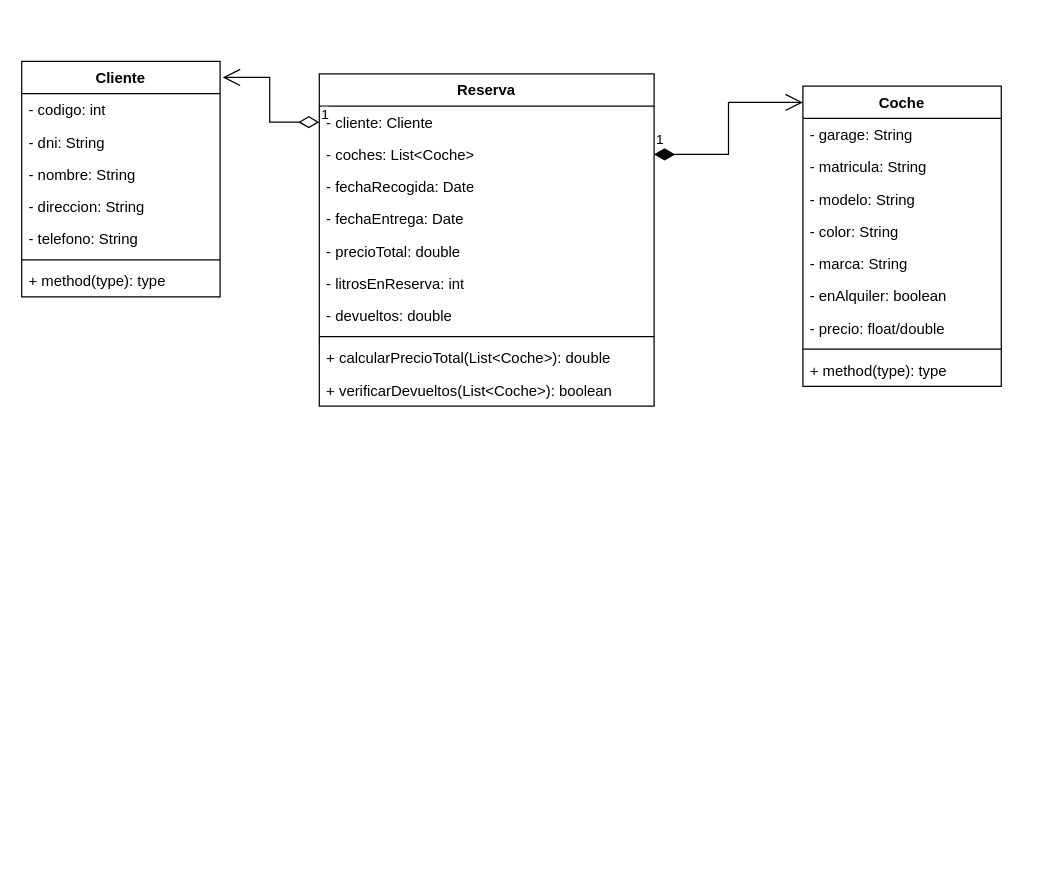
The draw.io diagram Unidad 4/alquilerDeCoches/AlquilerCochesDiagrama.drawio in JonayKB/ETS, before the edit. Source tidied: cells renumbered, new cells numbered last; positions are measured from the earlier drawing's top-left corner, leaving out a move shared by most shapes. Both pictures are drawn from the tidied source at 124%, with x=0, y=0 at pixel (21, 61).
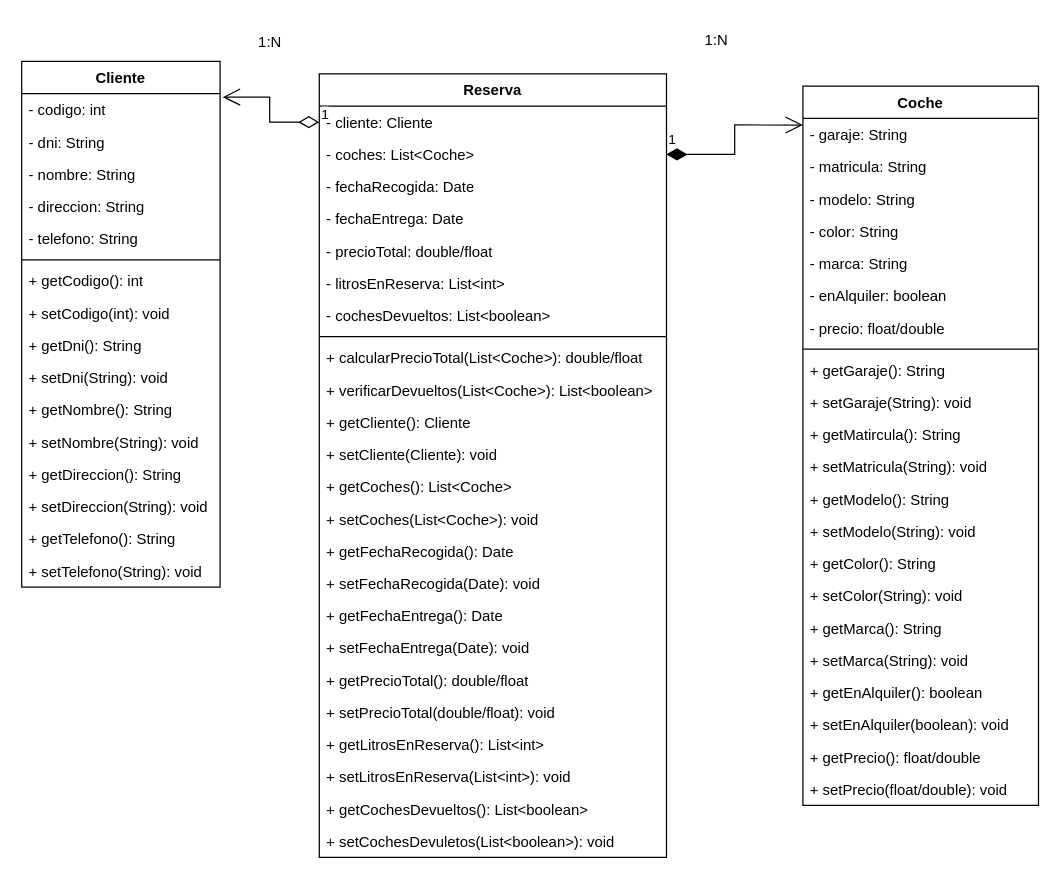
The same page after the edit.

Change to the diagram source:
```diff
@@
     <mxCell id="2" value="Cliente" style="swimlane;fontStyle=1;align=center;verticalAlign=top;horizontal=1;startSize=26;whiteSpace=wrap;html=1;" parent="1" vertex="1">
-      <mxGeometry width="160" height="190" as="geometry" />
+      <mxGeometry width="160" height="424" as="geometry" />
     </mxCell>
@@
-    <mxCell id="9" value="+ method(type): type" style="text;strokeColor=none;fillColor=none;align=left;verticalAlign=top;spacingLeft=4;spacingRight=4;overflow=hidden;whiteSpace=wrap;html=1;" parent="2" vertex="1">
+    <mxCell id="9" value="+ getCodigo(): int" style="text;strokeColor=none;fillColor=none;align=left;verticalAlign=top;spacingLeft=4;spacingRight=4;overflow=hidden;whiteSpace=wrap;html=1;" parent="2" vertex="1">
       <mxGeometry y="164" width="160" height="26" as="geometry" />
     </mxCell>
+    <mxCell id="33" value="+ setCodigo(int): void" style="text;strokeColor=none;fillColor=none;align=left;verticalAlign=top;spacingLeft=4;spacingRight=4;overflow=hidden;whiteSpace=wrap;html=1;" parent="2" vertex="1">
+      <mxGeometry y="190" width="160" height="26" as="geometry" />
+    </mxCell>
+    <mxCell id="34" value="+ getDni(): String" style="text;strokeColor=none;fillColor=none;align=left;verticalAlign=top;spacingLeft=4;spacingRight=4;overflow=hidden;whiteSpace=wrap;html=1;" parent="2" vertex="1">
+      <mxGeometry y="216" width="160" height="26" as="geometry" />
+    </mxCell>
+    <mxCell id="35" value="+ setDni(String): void" style="text;strokeColor=none;fillColor=none;align=left;verticalAlign=top;spacingLeft=4;spacingRight=4;overflow=hidden;whiteSpace=wrap;html=1;" parent="2" vertex="1">
+      <mxGeometry y="242" width="160" height="26" as="geometry" />
+    </mxCell>
+    <mxCell id="36" value="+ getNombre(): String" style="text;strokeColor=none;fillColor=none;align=left;verticalAlign=top;spacingLeft=4;spacingRight=4;overflow=hidden;whiteSpace=wrap;html=1;" parent="2" vertex="1">
+      <mxGeometry y="268" width="160" height="26" as="geometry" />
+    </mxCell>
+    <mxCell id="37" value="+ setNombre(String): void" style="text;strokeColor=none;fillColor=none;align=left;verticalAlign=top;spacingLeft=4;spacingRight=4;overflow=hidden;whiteSpace=wrap;html=1;" parent="2" vertex="1">
+      <mxGeometry y="294" width="160" height="26" as="geometry" />
+    </mxCell>
+    <mxCell id="38" value="+ getDireccion(): String" style="text;strokeColor=none;fillColor=none;align=left;verticalAlign=top;spacingLeft=4;spacingRight=4;overflow=hidden;whiteSpace=wrap;html=1;" parent="2" vertex="1">
+      <mxGeometry y="320" width="160" height="26" as="geometry" />
+    </mxCell>
+    <mxCell id="39" value="+ setDireccion(String): void" style="text;strokeColor=none;fillColor=none;align=left;verticalAlign=top;spacingLeft=4;spacingRight=4;overflow=hidden;whiteSpace=wrap;html=1;" parent="2" vertex="1">
+      <mxGeometry y="346" width="160" height="26" as="geometry" />
+    </mxCell>
+    <mxCell id="40" value="+ getTelefono(): String" style="text;strokeColor=none;fillColor=none;align=left;verticalAlign=top;spacingLeft=4;spacingRight=4;overflow=hidden;whiteSpace=wrap;html=1;" parent="2" vertex="1">
+      <mxGeometry y="372" width="160" height="26" as="geometry" />
+    </mxCell>
+    <mxCell id="41" value="+ setTelefono(String): void" style="text;strokeColor=none;fillColor=none;align=left;verticalAlign=top;spacingLeft=4;spacingRight=4;overflow=hidden;whiteSpace=wrap;html=1;" parent="2" vertex="1">
+      <mxGeometry y="398" width="160" height="26" as="geometry" />
+    </mxCell>
     <mxCell id="10" value="Coche" style="swimlane;fontStyle=1;align=center;verticalAlign=top;horizontal=1;startSize=26;whiteSpace=wrap;html=1;" parent="1" vertex="1">
-      <mxGeometry x="630" y="20" width="160" height="242" as="geometry" />
+      <mxGeometry x="630" y="20" width="190" height="580" as="geometry" />
     </mxCell>
-    <mxCell id="11" value="- garage: String" style="text;strokeColor=none;fillColor=none;align=left;verticalAlign=top;spacingLeft=4;spacingRight=4;overflow=hidden;whiteSpace=wrap;html=1;" parent="10" vertex="1">
-      <mxGeometry y="26" width="160" height="26" as="geometry" />
+    <mxCell id="11" value="- garaje: String" style="text;strokeColor=none;fillColor=none;align=left;verticalAlign=top;spacingLeft=4;spacingRight=4;overflow=hidden;whiteSpace=wrap;html=1;" parent="10" vertex="1">
+      <mxGeometry y="26" width="190" height="26" as="geometry" />
     </mxCell>
     <mxCell id="12" value="- matricula: String" style="text;strokeColor=none;fillColor=none;align=left;verticalAlign=top;spacingLeft=4;spacingRight=4;overflow=hidden;whiteSpace=wrap;html=1;" parent="10" vertex="1">
-      <mxGeometry y="52" width="160" height="26" as="geometry" />
+      <mxGeometry y="52" width="190" height="26" as="geometry" />
     </mxCell>
     <mxCell id="13" value="- modelo: String" style="text;strokeColor=none;fillColor=none;align=left;verticalAlign=top;spacingLeft=4;spacingRight=4;overflow=hidden;whiteSpace=wrap;html=1;" parent="10" vertex="1">
-      <mxGeometry y="78" width="160" height="26" as="geometry" />
+      <mxGeometry y="78" width="190" height="26" as="geometry" />
     </mxCell>
     <mxCell id="14" value="- color: String" style="text;strokeColor=none;fillColor=none;align=left;verticalAlign=top;spacingLeft=4;spacingRight=4;overflow=hidden;whiteSpace=wrap;html=1;" parent="10" vertex="1">
-      <mxGeometry y="104" width="160" height="26" as="geometry" />
+      <mxGeometry y="104" width="190" height="26" as="geometry" />
     </mxCell>
     <mxCell id="15" value="- marca: String" style="text;strokeColor=none;fillColor=none;align=left;verticalAlign=top;spacingLeft=4;spacingRight=4;overflow=hidden;whiteSpace=wrap;html=1;" parent="10" vertex="1">
-      <mxGeometry y="130" width="160" height="26" as="geometry" />
+      <mxGeometry y="130" width="190" height="26" as="geometry" />
     </mxCell>
     <mxCell id="16" value="- enAlquiler: boolean" style="text;strokeColor=none;fillColor=none;align=left;verticalAlign=top;spacingLeft=4;spacingRight=4;overflow=hidden;whiteSpace=wrap;html=1;" parent="10" vertex="1">
-      <mxGeometry y="156" width="160" height="26" as="geometry" />
+      <mxGeometry y="156" width="190" height="26" as="geometry" />
     </mxCell>
     <mxCell id="17" value="- precio: float/double" style="text;strokeColor=none;fillColor=none;align=left;verticalAlign=top;spacingLeft=4;spacingRight=4;overflow=hidden;whiteSpace=wrap;html=1;" parent="10" vertex="1">
-      <mxGeometry y="182" width="160" height="26" as="geometry" />
+      <mxGeometry y="182" width="190" height="26" as="geometry" />
     </mxCell>
     <mxCell id="18" style="line;strokeWidth=1;fillColor=none;align=left;verticalAlign=middle;spacingTop=-1;spacingLeft=3;spacingRight=3;labelPosition=right;strokeColor=inherit;" parent="10" vertex="1">
-      <mxGeometry y="208" width="160" height="8" as="geometry" />
+      <mxGeometry y="208" width="190" height="8" as="geometry" />
     </mxCell>
-    <mxCell id="19" value="+ method(type): type" style="text;strokeColor=none;fillColor=none;align=left;verticalAlign=top;spacingLeft=4;spacingRight=4;overflow=hidden;whiteSpace=wrap;html=1;" parent="10" vertex="1">
-      <mxGeometry y="216" width="160" height="26" as="geometry" />
-    </mxCell>
+    <mxCell id="42" value="+ getGaraje(): String" style="text;strokeColor=none;fillColor=none;align=left;verticalAlign=top;spacingLeft=4;spacingRight=4;overflow=hidden;whiteSpace=wrap;html=1;" parent="10" vertex="1">
+      <mxGeometry y="216" width="190" height="26" as="geometry" />
+    </mxCell>
+    <mxCell id="43" value="+ setGaraje(String): void" style="text;strokeColor=none;fillColor=none;align=left;verticalAlign=top;spacingLeft=4;spacingRight=4;overflow=hidden;whiteSpace=wrap;html=1;" parent="10" vertex="1">
+      <mxGeometry y="242" width="190" height="26" as="geometry" />
+    </mxCell>
+    <mxCell id="44" value="+ getMatircula(): String" style="text;strokeColor=none;fillColor=none;align=left;verticalAlign=top;spacingLeft=4;spacingRight=4;overflow=hidden;whiteSpace=wrap;html=1;" parent="10" vertex="1">
+      <mxGeometry y="268" width="190" height="26" as="geometry" />
+    </mxCell>
+    <mxCell id="45" value="+ setMatricula(String): void" style="text;strokeColor=none;fillColor=none;align=left;verticalAlign=top;spacingLeft=4;spacingRight=4;overflow=hidden;whiteSpace=wrap;html=1;" parent="10" vertex="1">
+      <mxGeometry y="294" width="190" height="26" as="geometry" />
+    </mxCell>
+    <mxCell id="46" value="+ getModelo(): String" style="text;strokeColor=none;fillColor=none;align=left;verticalAlign=top;spacingLeft=4;spacingRight=4;overflow=hidden;whiteSpace=wrap;html=1;" parent="10" vertex="1">
+      <mxGeometry y="320" width="190" height="26" as="geometry" />
+    </mxCell>
+    <mxCell id="47" value="+ setModelo(String): void" style="text;strokeColor=none;fillColor=none;align=left;verticalAlign=top;spacingLeft=4;spacingRight=4;overflow=hidden;whiteSpace=wrap;html=1;" parent="10" vertex="1">
+      <mxGeometry y="346" width="190" height="26" as="geometry" />
+    </mxCell>
+    <mxCell id="48" value="+ getColor(): String" style="text;strokeColor=none;fillColor=none;align=left;verticalAlign=top;spacingLeft=4;spacingRight=4;overflow=hidden;whiteSpace=wrap;html=1;" parent="10" vertex="1">
+      <mxGeometry y="372" width="190" height="26" as="geometry" />
+    </mxCell>
+    <mxCell id="49" value="+ setColor(String): void" style="text;strokeColor=none;fillColor=none;align=left;verticalAlign=top;spacingLeft=4;spacingRight=4;overflow=hidden;whiteSpace=wrap;html=1;" parent="10" vertex="1">
+      <mxGeometry y="398" width="190" height="26" as="geometry" />
+    </mxCell>
+    <mxCell id="50" value="+ getMarca(): String" style="text;strokeColor=none;fillColor=none;align=left;verticalAlign=top;spacingLeft=4;spacingRight=4;overflow=hidden;whiteSpace=wrap;html=1;" parent="10" vertex="1">
+      <mxGeometry y="424" width="190" height="26" as="geometry" />
+    </mxCell>
+    <mxCell id="51" value="+ setMarca(String): void" style="text;strokeColor=none;fillColor=none;align=left;verticalAlign=top;spacingLeft=4;spacingRight=4;overflow=hidden;whiteSpace=wrap;html=1;" parent="10" vertex="1">
+      <mxGeometry y="450" width="190" height="26" as="geometry" />
+    </mxCell>
+    <mxCell id="52" value="+ getEnAlquiler(): boolean" style="text;strokeColor=none;fillColor=none;align=left;verticalAlign=top;spacingLeft=4;spacingRight=4;overflow=hidden;whiteSpace=wrap;html=1;" parent="10" vertex="1">
+      <mxGeometry y="476" width="190" height="26" as="geometry" />
+    </mxCell>
+    <mxCell id="53" value="+ setEnAlquiler(boolean): void" style="text;strokeColor=none;fillColor=none;align=left;verticalAlign=top;spacingLeft=4;spacingRight=4;overflow=hidden;whiteSpace=wrap;html=1;" parent="10" vertex="1">
+      <mxGeometry y="502" width="190" height="26" as="geometry" />
+    </mxCell>
+    <mxCell id="54" value="+ getPrecio(): float/double" style="text;strokeColor=none;fillColor=none;align=left;verticalAlign=top;spacingLeft=4;spacingRight=4;overflow=hidden;whiteSpace=wrap;html=1;" parent="10" vertex="1">
+      <mxGeometry y="528" width="190" height="26" as="geometry" />
+    </mxCell>
+    <mxCell id="55" value="+ setPrecio(float/double): void" style="text;strokeColor=none;fillColor=none;align=left;verticalAlign=top;spacingLeft=4;spacingRight=4;overflow=hidden;whiteSpace=wrap;html=1;" parent="10" vertex="1">
+      <mxGeometry y="554" width="190" height="26" as="geometry" />
+    </mxCell>
     <mxCell id="20" value="Reserva" style="swimlane;fontStyle=1;align=center;verticalAlign=top;horizontal=1;startSize=26;whiteSpace=wrap;html=1;" parent="1" vertex="1">
-      <mxGeometry x="240" y="10" width="270" height="268" as="geometry" />
+      <mxGeometry x="240" y="10" width="280" height="632" as="geometry" />
     </mxCell>
     <mxCell id="21" value="- cliente: Cliente" style="text;strokeColor=none;fillColor=none;align=left;verticalAlign=top;spacingLeft=4;spacingRight=4;overflow=hidden;points=[[0,0.5],[1,0.5]];portConstraint=eastwest;whiteSpace=wrap;html=1;" parent="20" vertex="1">
-      <mxGeometry y="26" width="270" height="26" as="geometry" />
+      <mxGeometry y="26" width="280" height="26" as="geometry" />
     </mxCell>
     <mxCell id="22" value="- coches: List&amp;lt;Coche&amp;gt;" style="text;strokeColor=none;fillColor=none;align=left;verticalAlign=top;spacingLeft=4;spacingRight=4;overflow=hidden;points=[[0,0.5],[1,0.5]];portConstraint=eastwest;whiteSpace=wrap;html=1;" parent="20" vertex="1">
-      <mxGeometry y="52" width="270" height="26" as="geometry" />
+      <mxGeometry y="52" width="280" height="26" as="geometry" />
     </mxCell>
     <mxCell id="23" value="- fechaRecogida: Date" style="text;strokeColor=none;fillColor=none;align=left;verticalAlign=top;spacingLeft=4;spacingRight=4;overflow=hidden;whiteSpace=wrap;html=1;" parent="20" vertex="1">
-      <mxGeometry y="78" width="270" height="26" as="geometry" />
+      <mxGeometry y="78" width="280" height="26" as="geometry" />
     </mxCell>
     <mxCell id="24" value="- fechaEntrega: Date" style="text;strokeColor=none;fillColor=none;align=left;verticalAlign=top;spacingLeft=4;spacingRight=4;overflow=hidden;whiteSpace=wrap;html=1;" parent="20" vertex="1">
-      <mxGeometry y="104" width="270" height="26" as="geometry" />
+      <mxGeometry y="104" width="280" height="26" as="geometry" />
     </mxCell>
-    <mxCell id="25" value="- precioTotal: double" style="text;strokeColor=none;fillColor=none;align=left;verticalAlign=top;spacingLeft=4;spacingRight=4;overflow=hidden;whiteSpace=wrap;html=1;" parent="20" vertex="1">
-      <mxGeometry y="130" width="270" height="26" as="geometry" />
+    <mxCell id="25" value="- precioTotal: double/float" style="text;strokeColor=none;fillColor=none;align=left;verticalAlign=top;spacingLeft=4;spacingRight=4;overflow=hidden;whiteSpace=wrap;html=1;" parent="20" vertex="1">
+      <mxGeometry y="130" width="280" height="26" as="geometry" />
     </mxCell>
-    <mxCell id="26" value="- litrosEnReserva: int" style="text;strokeColor=none;fillColor=none;align=left;verticalAlign=top;spacingLeft=4;spacingRight=4;overflow=hidden;whiteSpace=wrap;html=1;" parent="20" vertex="1">
-      <mxGeometry y="156" width="270" height="26" as="geometry" />
+    <mxCell id="26" value="- litrosEnReserva: List&amp;lt;int&amp;gt;" style="text;strokeColor=none;fillColor=none;align=left;verticalAlign=top;spacingLeft=4;spacingRight=4;overflow=hidden;whiteSpace=wrap;html=1;" parent="20" vertex="1">
+      <mxGeometry y="156" width="280" height="26" as="geometry" />
     </mxCell>
-    <mxCell id="27" value="- devueltos: double" style="text;strokeColor=none;fillColor=none;align=left;verticalAlign=top;spacingLeft=4;spacingRight=4;overflow=hidden;whiteSpace=wrap;html=1;" parent="20" vertex="1">
-      <mxGeometry y="182" width="270" height="26" as="geometry" />
+    <mxCell id="27" value="- cochesDevueltos: List&amp;lt;boolean&amp;gt;" style="text;strokeColor=none;fillColor=none;align=left;verticalAlign=top;spacingLeft=4;spacingRight=4;overflow=hidden;whiteSpace=wrap;html=1;" parent="20" vertex="1">
+      <mxGeometry y="182" width="280" height="26" as="geometry" />
     </mxCell>
     <mxCell id="28" style="line;strokeWidth=1;fillColor=none;align=left;verticalAlign=middle;spacingTop=-1;spacingLeft=3;spacingRight=3;labelPosition=right;strokeColor=inherit;" parent="20" vertex="1">
-      <mxGeometry y="208" width="270" height="8" as="geometry" />
+      <mxGeometry y="208" width="280" height="8" as="geometry" />
     </mxCell>
-    <mxCell id="29" value="+ calcularPrecioTotal(List&amp;lt;Coche&amp;gt;): double" style="text;strokeColor=none;fillColor=none;align=left;verticalAlign=top;spacingLeft=4;spacingRight=4;overflow=hidden;whiteSpace=wrap;html=1;" parent="20" vertex="1">
-      <mxGeometry y="216" width="270" height="26" as="geometry" />
+    <mxCell id="29" value="+ calcularPrecioTotal(List&amp;lt;Coche&amp;gt;): double/float" style="text;strokeColor=none;fillColor=none;align=left;verticalAlign=top;spacingLeft=4;spacingRight=4;overflow=hidden;whiteSpace=wrap;html=1;" parent="20" vertex="1">
+      <mxGeometry y="216" width="280" height="26" as="geometry" />
     </mxCell>
-    <mxCell id="30" value="+ verificarDevueltos(List&amp;lt;Coche&amp;gt;): boolean" style="text;strokeColor=none;fillColor=none;align=left;verticalAlign=top;spacingLeft=4;spacingRight=4;overflow=hidden;whiteSpace=wrap;html=1;" parent="20" vertex="1">
-      <mxGeometry y="242" width="270" height="26" as="geometry" />
+    <mxCell id="30" value="+ verificarDevueltos(List&amp;lt;Coche&amp;gt;): List&amp;lt;boolean&amp;gt;" style="text;strokeColor=none;fillColor=none;align=left;verticalAlign=top;spacingLeft=4;spacingRight=4;overflow=hidden;whiteSpace=wrap;html=1;" parent="20" vertex="1">
+      <mxGeometry y="242" width="280" height="26" as="geometry" />
     </mxCell>
+    <mxCell id="56" value="+ getCliente(): Cliente" style="text;strokeColor=none;fillColor=none;align=left;verticalAlign=top;spacingLeft=4;spacingRight=4;overflow=hidden;whiteSpace=wrap;html=1;" parent="20" vertex="1">
+      <mxGeometry y="268" width="280" height="26" as="geometry" />
+    </mxCell>
+    <mxCell id="57" value="+ setCliente(Cliente): void" style="text;strokeColor=none;fillColor=none;align=left;verticalAlign=top;spacingLeft=4;spacingRight=4;overflow=hidden;whiteSpace=wrap;html=1;" parent="20" vertex="1">
+      <mxGeometry y="294" width="280" height="26" as="geometry" />
+    </mxCell>
+    <mxCell id="58" value="+ getCoches(): List&amp;lt;Coche&amp;gt;" style="text;strokeColor=none;fillColor=none;align=left;verticalAlign=top;spacingLeft=4;spacingRight=4;overflow=hidden;whiteSpace=wrap;html=1;" parent="20" vertex="1">
+      <mxGeometry y="320" width="280" height="26" as="geometry" />
+    </mxCell>
+    <mxCell id="59" value="+ setCoches(List&amp;lt;Coche&amp;gt;): void" style="text;strokeColor=none;fillColor=none;align=left;verticalAlign=top;spacingLeft=4;spacingRight=4;overflow=hidden;whiteSpace=wrap;html=1;" parent="20" vertex="1">
+      <mxGeometry y="346" width="280" height="26" as="geometry" />
+    </mxCell>
+    <mxCell id="60" value="+ getFechaRecogida(): Date" style="text;strokeColor=none;fillColor=none;align=left;verticalAlign=top;spacingLeft=4;spacingRight=4;overflow=hidden;whiteSpace=wrap;html=1;" parent="20" vertex="1">
+      <mxGeometry y="372" width="280" height="26" as="geometry" />
+    </mxCell>
+    <mxCell id="61" value="+ setFechaRecogida(Date): void" style="text;strokeColor=none;fillColor=none;align=left;verticalAlign=top;spacingLeft=4;spacingRight=4;overflow=hidden;whiteSpace=wrap;html=1;" parent="20" vertex="1">
+      <mxGeometry y="398" width="280" height="26" as="geometry" />
+    </mxCell>
+    <mxCell id="62" value="+ getFechaEntrega(): Date" style="text;strokeColor=none;fillColor=none;align=left;verticalAlign=top;spacingLeft=4;spacingRight=4;overflow=hidden;whiteSpace=wrap;html=1;" parent="20" vertex="1">
+      <mxGeometry y="424" width="280" height="26" as="geometry" />
+    </mxCell>
+    <mxCell id="63" value="+ setFechaEntrega(Date): void" style="text;strokeColor=none;fillColor=none;align=left;verticalAlign=top;spacingLeft=4;spacingRight=4;overflow=hidden;whiteSpace=wrap;html=1;" parent="20" vertex="1">
+      <mxGeometry y="450" width="280" height="26" as="geometry" />
+    </mxCell>
+    <mxCell id="64" value="+ getPrecioTotal(): double/float" style="text;strokeColor=none;fillColor=none;align=left;verticalAlign=top;spacingLeft=4;spacingRight=4;overflow=hidden;whiteSpace=wrap;html=1;" parent="20" vertex="1">
+      <mxGeometry y="476" width="280" height="26" as="geometry" />
+    </mxCell>
+    <mxCell id="65" value="+ setPrecioTotal(double/float): void" style="text;strokeColor=none;fillColor=none;align=left;verticalAlign=top;spacingLeft=4;spacingRight=4;overflow=hidden;whiteSpace=wrap;html=1;" parent="20" vertex="1">
+      <mxGeometry y="502" width="280" height="26" as="geometry" />
+    </mxCell>
+    <mxCell id="66" value="+ getLitrosEnReserva(): List&amp;lt;int&amp;gt;" style="text;strokeColor=none;fillColor=none;align=left;verticalAlign=top;spacingLeft=4;spacingRight=4;overflow=hidden;whiteSpace=wrap;html=1;" parent="20" vertex="1">
+      <mxGeometry y="528" width="280" height="26" as="geometry" />
+    </mxCell>
+    <mxCell id="67" value="+ setLitrosEnReserva(List&amp;lt;int&amp;gt;): void" style="text;strokeColor=none;fillColor=none;align=left;verticalAlign=top;spacingLeft=4;spacingRight=4;overflow=hidden;whiteSpace=wrap;html=1;" parent="20" vertex="1">
+      <mxGeometry y="554" width="280" height="26" as="geometry" />
+    </mxCell>
+    <mxCell id="68" value="+ getCochesDevueltos(): List&amp;lt;boolean&amp;gt;" style="text;strokeColor=none;fillColor=none;align=left;verticalAlign=top;spacingLeft=4;spacingRight=4;overflow=hidden;whiteSpace=wrap;html=1;" parent="20" vertex="1">
+      <mxGeometry y="580" width="280" height="26" as="geometry" />
+    </mxCell>
+    <mxCell id="69" value="+ setCochesDevuletos(List&amp;lt;boolean&amp;gt;): void" style="text;strokeColor=none;fillColor=none;align=left;verticalAlign=top;spacingLeft=4;spacingRight=4;overflow=hidden;whiteSpace=wrap;html=1;" parent="20" vertex="1">
+      <mxGeometry y="606" width="280" height="26" as="geometry" />
+    </mxCell>
@@
+    <mxCell id="70" value="1:N" style="text;html=1;align=center;verticalAlign=middle;strokeColor=none;fillColor=none;" parent="1" vertex="1">
+      <mxGeometry x="180" y="-30" width="40" height="30" as="geometry" />
+    </mxCell>
+    <mxCell id="71" value="1:N" style="text;html=1;align=center;verticalAlign=middle;strokeColor=none;fillColor=none;" parent="1" vertex="1">
+      <mxGeometry x="540" y="-32" width="40" height="30" as="geometry" />
+    </mxCell>
```
